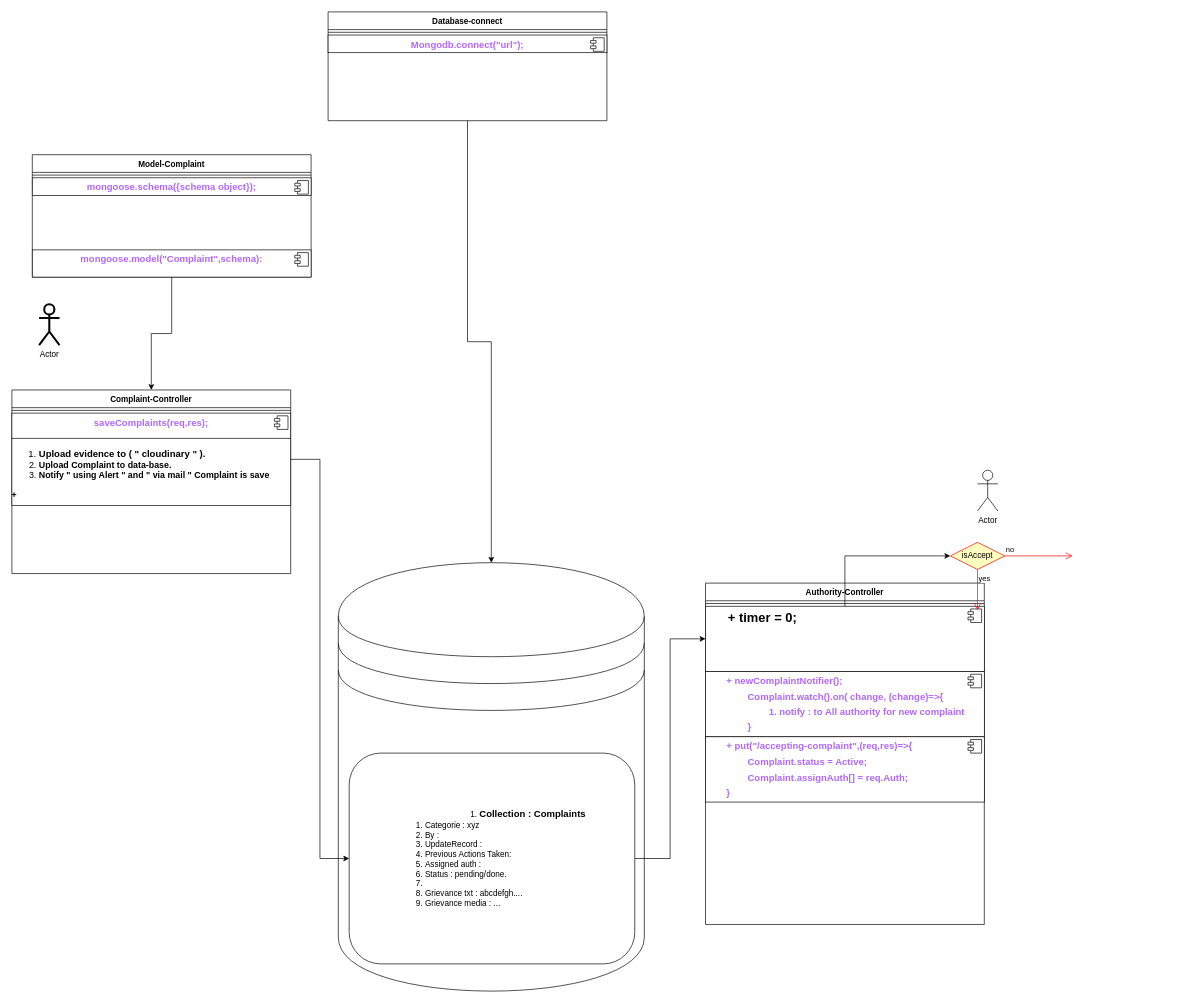
This is Grievance.drawio from sahil-verma-9696/clg-proj, a draw.io file, before an edit. Source tidied: cells renumbered, new cells numbered last; positions are measured from the earlier drawing's top-left corner, leaving out a move shared by most shapes. Both pictures are drawn from the tidied source at 68%, with x=0, y=0 at pixel (12, 12).
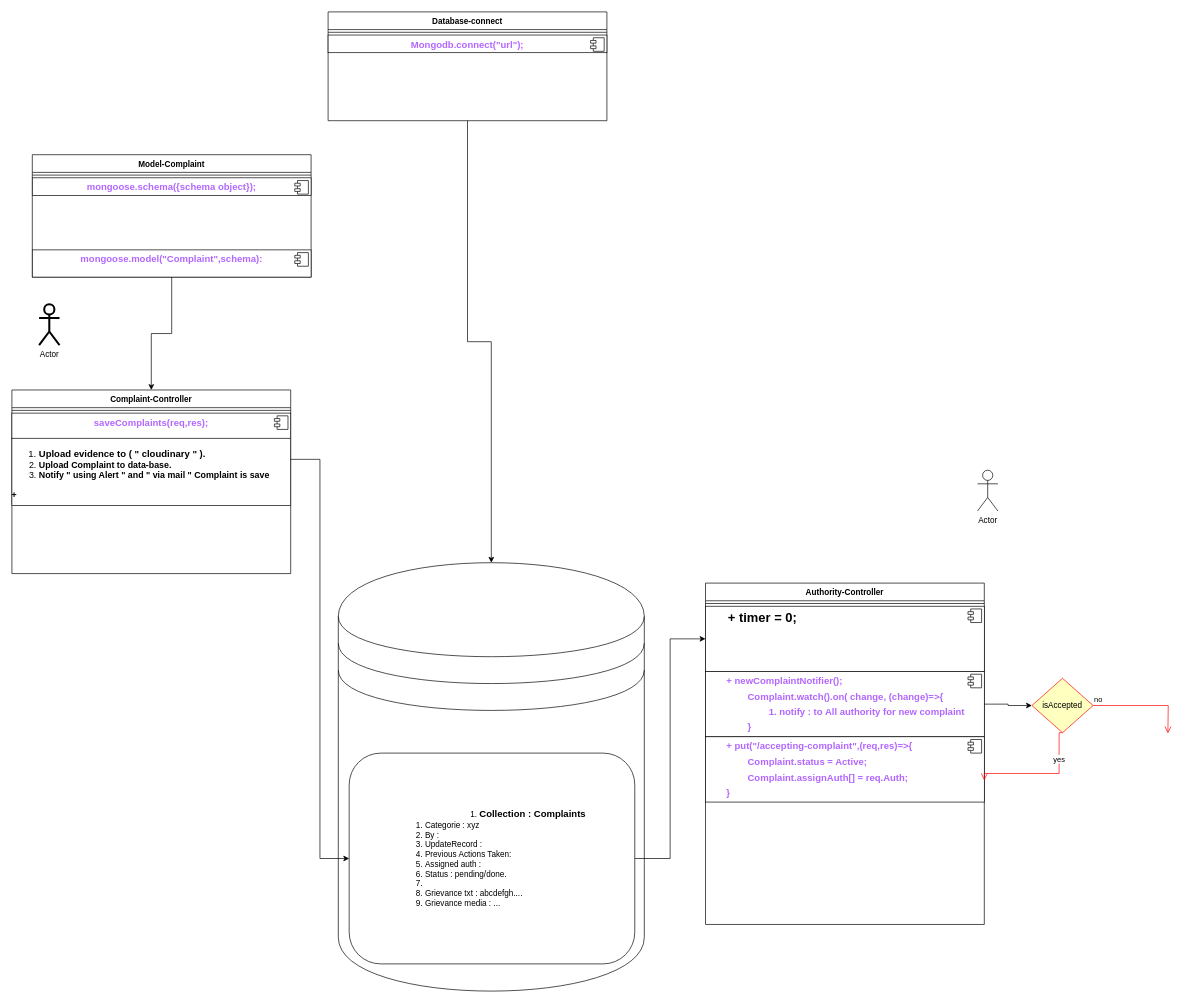
The same page after the edit.

The change refers to these unchanged cells:
```xml
<mxCell id="30" value="&lt;p style=&quot;text-align: left; margin: 6px 0px 0px;&quot;&gt;&lt;span style=&quot;white-space: pre; font-size: 15px;&quot;&gt;&#9;&lt;/span&gt;&lt;font size=&quot;1&quot;&gt;&lt;b style=&quot;font-size: 19px;&quot;&gt;+ timer = 0;&lt;/b&gt;&lt;/font&gt;&lt;br&gt;&lt;/p&gt;" style="align=left;overflow=fill;html=1;whiteSpace=wrap;" parent="28" vertex="1">
  <mxGeometry y="34" width="410" height="96" as="geometry" />
</mxCell>
<mxCell id="33" value="&lt;p style=&quot;margin: 6px 0px 0px;&quot;&gt;&lt;font color=&quot;#b266ff&quot;&gt;&lt;span style=&quot;font-size: 14px;&quot;&gt;&lt;b&gt;&lt;span style=&quot;white-space: pre;&quot;&gt;&#9;&lt;/span&gt;+ newComplaintNotifier();&lt;/b&gt;&lt;/span&gt;&lt;/font&gt;&lt;/p&gt;&lt;p style=&quot;margin: 6px 0px 0px;&quot;&gt;&lt;b style=&quot;font-size: 14px; color: rgb(178, 102, 255); background-color: initial;&quot;&gt;&lt;span style=&quot;white-space: pre;&quot;&gt;&#9;&lt;/span&gt;&lt;span style=&quot;white-space: pre;&quot;&gt;&#9;&lt;/span&gt;Complaint.watch().on( change, (change)=&amp;gt;{&lt;/b&gt;&lt;/p&gt;&lt;p style=&quot;margin: 6px 0px 0px;&quot;&gt;&lt;b style=&quot;font-size: 14px; color: rgb(178, 102, 255); background-color: initial;&quot;&gt;&lt;span style=&quot;white-space: pre;&quot;&gt;&#9;&lt;/span&gt;&lt;span style=&quot;white-space: pre;&quot;&gt;&#9;&lt;/span&gt;&lt;span style=&quot;white-space: pre;&quot;&gt;&#9;&lt;/span&gt;1. notify : to All authority for new complaint&lt;/b&gt;&lt;/p&gt;&lt;p style=&quot;margin: 6px 0px 0px;&quot;&gt;&lt;b style=&quot;font-size: 14px; color: rgb(178, 102, 255); background-color: initial;&quot;&gt;&lt;span style=&quot;white-space: pre;&quot;&gt;&#9;&lt;/span&gt;&lt;span style=&quot;white-space: pre;&quot;&gt;&#9;&lt;/span&gt;}&lt;/b&gt;&lt;/p&gt;&lt;p style=&quot;text-align: left; margin: 6px 0px 0px;&quot;&gt;&lt;/p&gt;&lt;p style=&quot;text-align: left; margin: 6px 0px 0px;&quot;&gt;&lt;/p&gt;&lt;p style=&quot;text-align: left; margin: 6px 0px 0px;&quot;&gt;&lt;/p&gt;" style="align=left;overflow=fill;html=1;whiteSpace=wrap;" parent="28" vertex="1">
  <mxGeometry y="130" width="410" height="96" as="geometry" />
</mxCell>
```

The edit, as a diff of the source:
```diff
@@
-    <mxCell id="39" value="isAccept" style="rhombus;whiteSpace=wrap;html=1;fontColor=#000000;fillColor=#ffffc0;strokeColor=#ff0000;" parent="1" vertex="1">
-      <mxGeometry x="1380" y="780" width="80" height="40" as="geometry" />
-    </mxCell>
+    <mxCell id="43" value="Actor" style="shape=umlActor;verticalLabelPosition=bottom;verticalAlign=top;html=1;" parent="1" vertex="1">
+      <mxGeometry x="1420" y="674" width="30" height="60" as="geometry" />
+    </mxCell>
+    <mxCell id="44" value="isAccepted" style="rhombus;whiteSpace=wrap;html=1;fontColor=#000000;fillColor=#ffffc0;strokeColor=#ff0000;" parent="1" vertex="1">
+      <mxGeometry x="1500" y="980" width="90" height="80" as="geometry" />
+    </mxCell>
-    <mxCell id="40" value="no" style="edgeStyle=orthogonalEdgeStyle;html=1;align=left;verticalAlign=bottom;endArrow=open;endSize=8;strokeColor=#ff0000;rounded=0;" parent="1" edge="1" source="39">
+    <mxCell id="40" value="no" style="edgeStyle=orthogonalEdgeStyle;html=1;align=left;verticalAlign=bottom;endArrow=open;endSize=8;strokeColor=#ff0000;rounded=0;" parent="1" edge="1" source="44">
       <mxGeometry x="-1" relative="1" as="geometry">
-        <mxPoint x="1560" y="800" as="targetPoint" />
+        <mxPoint x="1700" y="1061" as="targetPoint" />
       </mxGeometry>
     </mxCell>
-    <mxCell id="41" value="yes" style="edgeStyle=orthogonalEdgeStyle;html=1;align=left;verticalAlign=top;endArrow=open;endSize=8;strokeColor=#ff0000;rounded=0;" parent="1" edge="1" source="39">
-      <mxGeometry x="-1" relative="1" as="geometry">
-        <mxPoint x="1420" y="880" as="targetPoint" />
+    <mxCell id="41" value="yes" style="edgeStyle=orthogonalEdgeStyle;html=1;align=left;verticalAlign=top;endArrow=open;endSize=8;strokeColor=#ff0000;rounded=0;exitX=0.5;exitY=1;exitDx=0;exitDy=0;" parent="1" edge="1" source="44">
+      <mxGeometry x="-0.66" y="-10" relative="1" as="geometry">
+        <mxPoint x="1430" y="1130" as="targetPoint" />
+        <Array as="points">
+          <mxPoint x="1540" y="1120" />
+          <mxPoint x="1430" y="1120" />
+        </Array>
       </mxGeometry>
     </mxCell>
-    <mxCell id="42" style="edgeStyle=orthogonalEdgeStyle;rounded=0;jettySize=auto;html=1;entryX=0;entryY=0.5;entryDx=0;entryDy=0;" parent="1" edge="1" source="30" target="39">
-      <mxGeometry relative="1" as="geometry" />
-    </mxCell>
-    <mxCell id="43" value="Actor" style="shape=umlActor;verticalLabelPosition=bottom;verticalAlign=top;html=1;" parent="1" vertex="1">
-      <mxGeometry x="1420" y="674" width="30" height="60" as="geometry" />
-    </mxCell>
+    <mxCell id="45" style="edgeStyle=orthogonalEdgeStyle;rounded=0;jettySize=auto;html=1;entryX=0;entryY=0.5;entryDx=0;entryDy=0;" parent="1" edge="1" source="33" target="44">
+      <mxGeometry relative="1" as="geometry" />
+    </mxCell>
```
